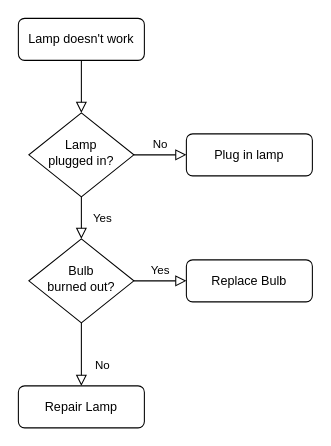
Before: 未命名绘图.drawio in JonathonJackQueryLai/branch_test, a draw.io diagram. Source tidied: cells renumbered, new cells numbered last; positions are measured from the earlier drawing's top-left corner, leaving out a move shared by most shapes. Both pictures are drawn from the tidied source at 105%, with x=0, y=0 at pixel (18, 18).
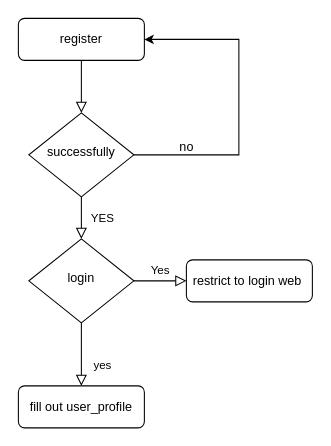
Above is the later version.

Diff of the diagram source:
```diff
@@
 <mxGraphModel>
   <root>
     <mxCell id="0" />
     <mxCell id="1" parent="0" />
     <mxCell id="2" style="rounded=0;html=1;jettySize=auto;fontSize=11;endArrow=block;endFill=0;endSize=8;strokeWidth=1;shadow=0;labelBackgroundColor=none;edgeStyle=orthogonalEdgeStyle;" parent="1" edge="1" source="3" target="6">
       <mxGeometry relative="1" as="geometry" />
     </mxCell>
-    <mxCell id="3" value="Lamp doesn't work" style="rounded=1;whiteSpace=wrap;html=1;fontSize=12;glass=0;strokeWidth=1;shadow=0;" parent="1" vertex="1">
+    <mxCell id="3" value="register" style="rounded=1;whiteSpace=wrap;html=1;fontSize=12;glass=0;strokeWidth=1;shadow=0;" parent="1" vertex="1">
       <mxGeometry width="120" height="40" as="geometry" />
     </mxCell>
-    <mxCell id="4" value="Yes" style="rounded=0;html=1;jettySize=auto;fontSize=11;endArrow=block;endFill=0;endSize=8;strokeWidth=1;shadow=0;labelBackgroundColor=none;edgeStyle=orthogonalEdgeStyle;" parent="1" edge="1" source="6" target="10">
+    <mxCell id="4" value="YES" style="rounded=0;html=1;jettySize=auto;fontSize=11;endArrow=block;endFill=0;endSize=8;strokeWidth=1;shadow=0;labelBackgroundColor=none;edgeStyle=orthogonalEdgeStyle;" parent="1" edge="1" source="6" target="10">
       <mxGeometry y="20" relative="1" as="geometry" />
     </mxCell>
-    <mxCell id="5" value="No" style="edgeStyle=orthogonalEdgeStyle;rounded=0;html=1;jettySize=auto;fontSize=11;endArrow=block;endFill=0;endSize=8;strokeWidth=1;shadow=0;labelBackgroundColor=none;" parent="1" edge="1" source="6" target="7">
-      <mxGeometry y="10" relative="1" as="geometry" />
-    </mxCell>
+    <mxCell id="13" style="edgeStyle=orthogonalEdgeStyle;rounded=0;jettySize=auto;html=1;exitX=1;exitY=0.5;exitDx=0;exitDy=0;entryX=1;entryY=0.5;entryDx=0;entryDy=0;" parent="1" edge="1" source="6" target="3">
+      <mxGeometry relative="1" as="geometry">
+        <Array as="points">
+          <mxPoint x="210" y="130" />
+          <mxPoint x="210" y="20" />
+        </Array>
+      </mxGeometry>
+    </mxCell>
-    <mxCell id="6" value="Lamp&lt;br&gt;plugged in?" style="rhombus;whiteSpace=wrap;html=1;shadow=0;fontFamily=Helvetica;fontSize=12;align=center;strokeWidth=1;spacing=6;spacingTop=-4;" parent="1" vertex="1">
+    <mxCell id="6" value="successfully" style="rhombus;whiteSpace=wrap;html=1;shadow=0;fontFamily=Helvetica;fontSize=12;align=center;strokeWidth=1;spacing=6;spacingTop=-4;" parent="1" vertex="1">
       <mxGeometry x="10" y="90" width="100" height="80" as="geometry" />
     </mxCell>
-    <mxCell id="7" value="Plug in lamp" style="rounded=1;whiteSpace=wrap;html=1;fontSize=12;glass=0;strokeWidth=1;shadow=0;" parent="1" vertex="1">
-      <mxGeometry x="160" y="110" width="120" height="40" as="geometry" />
-    </mxCell>
-    <mxCell id="8" value="No" style="rounded=0;html=1;jettySize=auto;fontSize=11;endArrow=block;endFill=0;endSize=8;strokeWidth=1;shadow=0;labelBackgroundColor=none;edgeStyle=orthogonalEdgeStyle;" parent="1" edge="1" source="10" target="11">
+    <mxCell id="8" value="yes" style="rounded=0;html=1;jettySize=auto;fontSize=11;endArrow=block;endFill=0;endSize=8;strokeWidth=1;shadow=0;labelBackgroundColor=none;edgeStyle=orthogonalEdgeStyle;" parent="1" edge="1" source="10" target="11">
       <mxGeometry x="0.33" y="20" relative="1" as="geometry" />
     </mxCell>
     <mxCell id="9" value="Yes" style="edgeStyle=orthogonalEdgeStyle;rounded=0;html=1;jettySize=auto;fontSize=11;endArrow=block;endFill=0;endSize=8;strokeWidth=1;shadow=0;labelBackgroundColor=none;" parent="1" edge="1" source="10" target="12">
       <mxGeometry y="10" relative="1" as="geometry" />
     </mxCell>
-    <mxCell id="10" value="Bulb&lt;br&gt;burned out?" style="rhombus;whiteSpace=wrap;html=1;shadow=0;fontFamily=Helvetica;fontSize=12;align=center;strokeWidth=1;spacing=6;spacingTop=-4;" parent="1" vertex="1">
+    <mxCell id="10" value="login" style="rhombus;whiteSpace=wrap;html=1;shadow=0;fontFamily=Helvetica;fontSize=12;align=center;strokeWidth=1;spacing=6;spacingTop=-4;" parent="1" vertex="1">
       <mxGeometry x="10" y="210" width="100" height="80" as="geometry" />
     </mxCell>
-    <mxCell id="11" value="Repair Lamp" style="rounded=1;whiteSpace=wrap;html=1;fontSize=12;glass=0;strokeWidth=1;shadow=0;" parent="1" vertex="1">
+    <mxCell id="11" value="fill out user_profile" style="rounded=1;whiteSpace=wrap;html=1;fontSize=12;glass=0;strokeWidth=1;shadow=0;" parent="1" vertex="1">
       <mxGeometry y="350" width="120" height="40" as="geometry" />
     </mxCell>
-    <mxCell id="12" value="Replace Bulb" style="rounded=1;whiteSpace=wrap;html=1;fontSize=12;glass=0;strokeWidth=1;shadow=0;" parent="1" vertex="1">
+    <mxCell id="12" value="restrict to login web&amp;nbsp;" style="rounded=1;whiteSpace=wrap;html=1;fontSize=12;glass=0;strokeWidth=1;shadow=0;" parent="1" vertex="1">
       <mxGeometry x="160" y="230" width="120" height="40" as="geometry" />
     </mxCell>
+    <mxCell id="14" value="no" style="text;html=1;align=center;verticalAlign=middle;strokeColor=none;fillColor=none;" parent="1" vertex="1">
+      <mxGeometry x="140" y="108" width="40" height="30" as="geometry" />
+    </mxCell>
   </root>
 </mxGraphModel>
```
